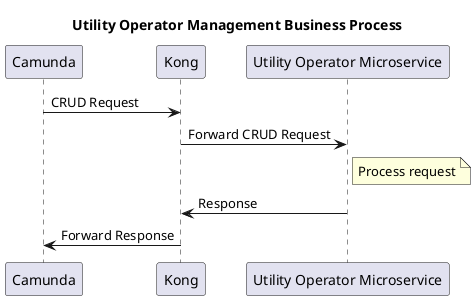
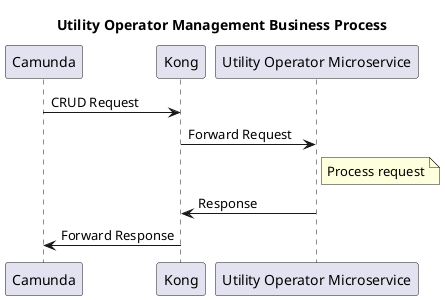
@startuml UtilityOperatorManagement
title Utility Operator Management Business Process

participant Camunda
participant Kong
participant "Utility Operator Microservice" as MS

Camunda -> Kong : CRUD Request
- Kong -> MS : Forward CRUD Request
+ Kong -> MS : Forward Request
note right of MS : Process request
MS -> Kong : Response
Kong -> Camunda : Forward Response
@enduml